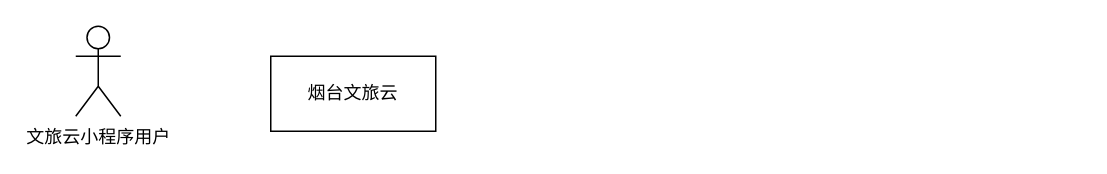
Before: 积分商城.drawio in z-cloud-z/draw, a draw.io diagram. Source tidied: cells renumbered, new cells numbered last; positions are measured from the earlier drawing's top-left corner, leaving out a move shared by most shapes. Both pictures are drawn from the tidied source at 150%, with x=0, y=0 at pixel (75, 26).
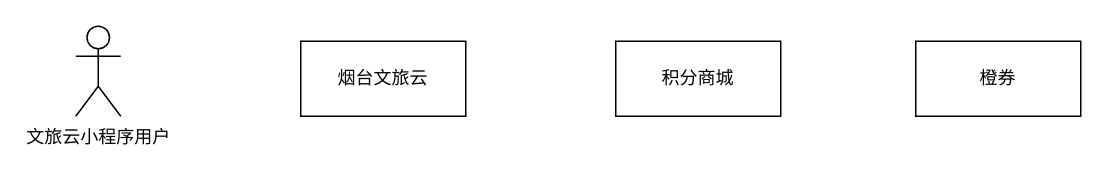
The same diagram, later.

Commit message (it also covers changes not shown here):
更新积分商城.drawio

The edit, as a diff of the source:
```diff
@@
 <mxGraphModel>
   <root>
     <mxCell id="0" />
     <mxCell id="1" parent="0" />
     <mxCell id="2" value="文旅云小程序用户" style="shape=umlActor;verticalLabelPosition=bottom;verticalAlign=top;html=1;" parent="1" vertex="1">
       <mxGeometry width="30" height="60" as="geometry" />
     </mxCell>
     <mxCell id="3" value="烟台文旅云" style="html=1;whiteSpace=wrap;" parent="1" vertex="1">
-      <mxGeometry x="130" y="20" width="110" height="50" as="geometry" />
+      <mxGeometry x="150" y="10" width="110" height="50" as="geometry" />
     </mxCell>
+    <mxCell id="4" value="积分商城" style="html=1;whiteSpace=wrap;" parent="1" vertex="1">
+      <mxGeometry x="360" y="10" width="110" height="50" as="geometry" />
+    </mxCell>
+    <mxCell id="5" value="橙券" style="html=1;whiteSpace=wrap;" parent="1" vertex="1">
+      <mxGeometry x="560" y="10" width="110" height="50" as="geometry" />
+    </mxCell>
   </root>
 </mxGraphModel>
```
